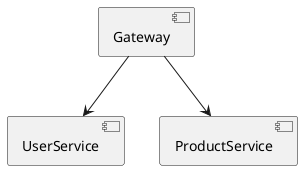
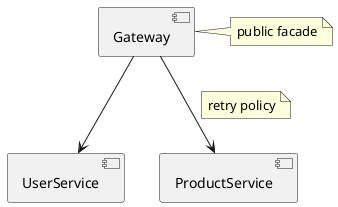
@startuml
component Gateway
component UserService
component ProductService
Gateway --> UserService
Gateway --> ProductService
+ note right of Gateway: public facade
+ note right on link: retry policy
@enduml
